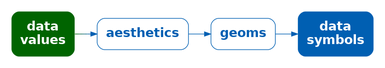
This is Diagrams/data-aes-geom-sym.png from pmur002/hdvw, a Graphviz export, as it was before one commit. Its source is kept beside it as Diagrams/data-aes-geom-sym.dot.
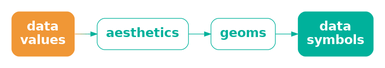
Above is the later version.

The edit, as a diff of the source:
```diff
@@ -1,12 +1,12 @@
 digraph {
   graph [ rankdir=LR; margin=.2; nodesep=.5 ];
   node [ fontsize=20; fontname="sans bold"; margin=.2 ];
-  data [ label="data\nvalues"; shape=box; style="filled, rounded"; penwidth=0; fontcolor=white; fillcolor="#006400" ]
-  aes [ label="aesthetics"; shape=box; style=rounded; color="#005FB2"; fontcolor="#005FB2" ]
-  geom [ label="geoms"; shape=box; style=rounded; color="#005FB2"; fontcolor="#005FB2" ]
+  data [ label="data\nvalues"; shape=box; style="filled, rounded"; penwidth=0; fontcolor=white; fillcolor="#F09736" ]
+  aes [ label="aesthetics"; shape=box; style=rounded; color="#00B19B"; fontcolor="#00B19B" ]
+  geom [ label="geoms"; shape=box; style=rounded; color="#00B19B"; fontcolor="#00B19B" ]
   sym [ label="data\nsymbols"; shape=box;
-     style="filled, rounded"; penwidth=0; fontcolor=white; fillcolor="#005FB2" ]
-  data -> aes [ color="#006400;0.1:#006314;0.1:#006328;0.1:#00623B;0.1:#00624F;0.1:#006163;0.1:#006177;0.1:#00608A;0.1:#00609E;0.1:#005FB2;0.1" ]
-  aes -> geom [ color="#005FB2" ]
-  geom -> sym [ color="#005FB2" ]
+     style="filled, rounded"; penwidth=0; fontcolor=white; fillcolor="#00B19B" ]
+  data -> aes [ color="#F09736;0.1:#D59A41;0.1:#BB9D4C;0.1:#A0A058;0.1:#85A363;0.1:#6BA56E;0.1:#50A879;0.1:#35AB85;0.1:#1BAE90;0.1:#00B19B;0.1" ]
+  aes -> geom [ color="#00B19B" ]
+  geom -> sym [ color="#00B19B" ]
 }
```
